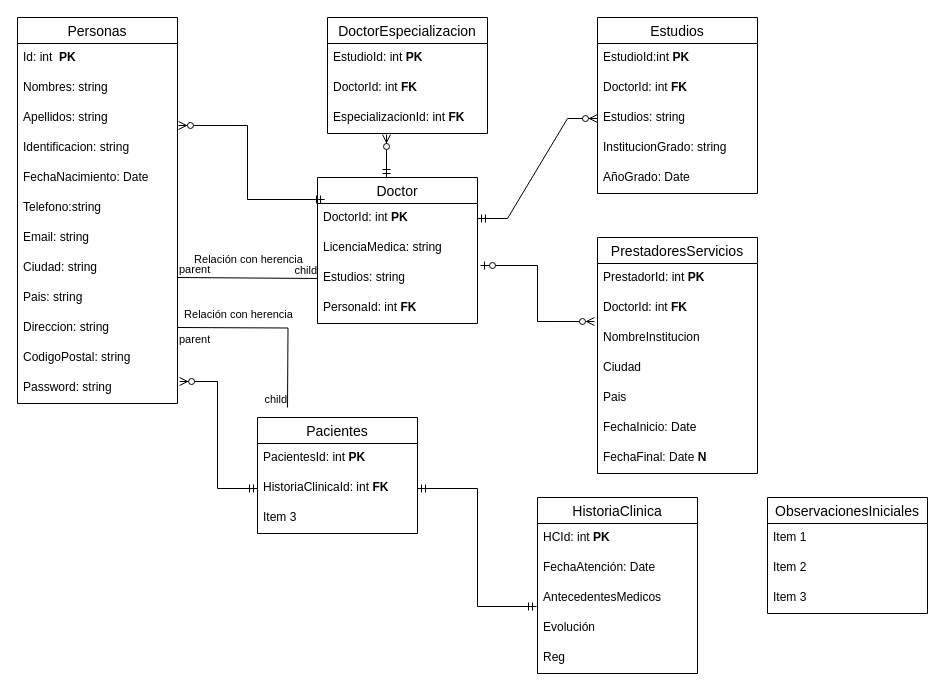
This is Diagrama SysClinic.drawio from DiegoBenjumeaDeveloper/Agendamiento, a draw.io file, before an edit. Source tidied: cells renumbered, new cells numbered last; positions are measured from the earlier drawing's top-left corner, leaving out a move shared by most shapes. Both pictures are drawn from the tidied source at 100%, with x=0, y=0 at pixel (17, 17).
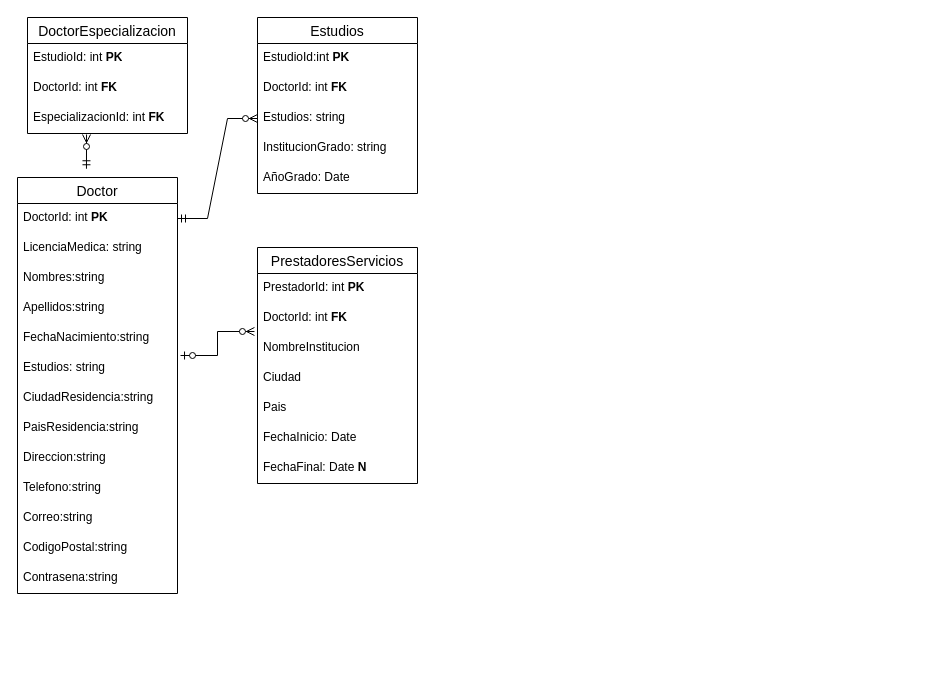
Above is the later version.

The change refers to these unchanged cells:
```xml
<mxCell id="20" value="DoctorId: int &lt;b&gt;PK&lt;/b&gt;" style="text;strokeColor=none;fillColor=none;spacingLeft=4;spacingRight=4;overflow=hidden;points=[[0,0.5],[1,0.5]];portConstraint=eastwest;fontSize=12;whiteSpace=wrap;html=1;" parent="19" vertex="1">
  <mxGeometry y="26" width="160" height="30" as="geometry" />
</mxCell>
<mxCell id="27" value="EspecializacionId: int &lt;b&gt;FK&lt;/b&gt;" style="text;strokeColor=none;fillColor=none;spacingLeft=4;spacingRight=4;overflow=hidden;points=[[0,0.5],[1,0.5]];portConstraint=eastwest;fontSize=12;whiteSpace=wrap;html=1;" parent="24" vertex="1">
  <mxGeometry y="86" width="160" height="30" as="geometry" />
</mxCell>
```

What changed in the source:
```diff
@@
-    <mxCell id="2" value="Personas" style="swimlane;fontStyle=0;horizontal=1;startSize=26;align=center;fontSize=14;" parent="1" vertex="1">
-      <mxGeometry width="160" height="386" as="geometry" />
-    </mxCell>
-    <mxCell id="3" value="Id: int&amp;nbsp;&lt;span style=&quot;white-space: pre;&quot;&gt; &lt;/span&gt;&lt;b&gt;PK&lt;/b&gt;" style="text;strokeColor=none;fillColor=none;spacingLeft=4;spacingRight=4;overflow=hidden;fontSize=12;whiteSpace=wrap;html=1;" parent="2" vertex="1">
-      <mxGeometry y="26" width="160" height="30" as="geometry" />
-    </mxCell>
-    <mxCell id="4" value="Nombres: string" style="text;strokeColor=none;fillColor=none;spacingLeft=4;spacingRight=4;overflow=hidden;fontSize=12;whiteSpace=wrap;html=1;" parent="2" vertex="1">
-      <mxGeometry y="56" width="160" height="30" as="geometry" />
-    </mxCell>
-    <mxCell id="5" value="Apellidos: string" style="text;strokeColor=none;fillColor=none;spacingLeft=4;spacingRight=4;overflow=hidden;points=[[0,0.5],[1,0.5]];portConstraint=eastwest;fontSize=12;whiteSpace=wrap;html=1;" parent="2" vertex="1">
-      <mxGeometry y="86" width="160" height="30" as="geometry" />
-    </mxCell>
-    <mxCell id="6" value="Identificacion: string" style="text;strokeColor=none;fillColor=none;spacingLeft=4;spacingRight=4;overflow=hidden;fontSize=12;whiteSpace=wrap;html=1;" parent="2" vertex="1">
-      <mxGeometry y="116" width="160" height="30" as="geometry" />
-    </mxCell>
-    <mxCell id="7" value="FechaNacimiento: Date" style="text;strokeColor=none;fillColor=none;spacingLeft=4;spacingRight=4;overflow=hidden;fontSize=12;whiteSpace=wrap;html=1;" parent="2" vertex="1">
-      <mxGeometry y="146" width="160" height="30" as="geometry" />
-    </mxCell>
-    <mxCell id="8" value="Telefono:string" style="text;strokeColor=none;fillColor=none;spacingLeft=4;spacingRight=4;overflow=hidden;fontSize=12;whiteSpace=wrap;html=1;" parent="2" vertex="1">
-      <mxGeometry y="176" width="160" height="30" as="geometry" />
-    </mxCell>
-    <mxCell id="9" value="Email: string" style="text;strokeColor=none;fillColor=none;spacingLeft=4;spacingRight=4;overflow=hidden;fontSize=12;whiteSpace=wrap;html=1;" parent="2" vertex="1">
-      <mxGeometry y="206" width="160" height="30" as="geometry" />
-    </mxCell>
-    <mxCell id="10" value="Ciudad: string" style="text;strokeColor=none;fillColor=none;spacingLeft=4;spacingRight=4;overflow=hidden;fontSize=12;whiteSpace=wrap;html=1;" parent="2" vertex="1">
-      <mxGeometry y="236" width="160" height="30" as="geometry" />
-    </mxCell>
-    <mxCell id="11" value="Pais: string" style="text;strokeColor=none;fillColor=none;spacingLeft=4;spacingRight=4;overflow=hidden;fontSize=12;whiteSpace=wrap;html=1;" parent="2" vertex="1">
-      <mxGeometry y="266" width="160" height="30" as="geometry" />
-    </mxCell>
-    <mxCell id="12" value="Direccion: string" style="text;strokeColor=none;fillColor=none;spacingLeft=4;spacingRight=4;overflow=hidden;fontSize=12;whiteSpace=wrap;html=1;" parent="2" vertex="1">
-      <mxGeometry y="296" width="160" height="30" as="geometry" />
-    </mxCell>
-    <mxCell id="13" value="CodigoPostal: string" style="text;strokeColor=none;fillColor=none;spacingLeft=4;spacingRight=4;overflow=hidden;fontSize=12;whiteSpace=wrap;html=1;" parent="2" vertex="1">
-      <mxGeometry y="326" width="160" height="30" as="geometry" />
-    </mxCell>
-    <mxCell id="14" value="Password: string" style="text;strokeColor=none;fillColor=none;spacingLeft=4;spacingRight=4;overflow=hidden;points=[[0,0.5],[1,0.5]];portConstraint=eastwest;fontSize=12;whiteSpace=wrap;html=1;" parent="2" vertex="1">
-      <mxGeometry y="356" width="160" height="30" as="geometry" />
-    </mxCell>
-    <mxCell id="15" value="Pacientes" style="swimlane;fontStyle=0;horizontal=1;startSize=26;align=center;fontSize=14;" parent="1" vertex="1">
-      <mxGeometry x="240" y="400" width="160" height="116" as="geometry" />
-    </mxCell>
-    <mxCell id="16" value="PacientesId: int &lt;b&gt;PK&lt;/b&gt;" style="text;strokeColor=none;fillColor=none;spacingLeft=4;spacingRight=4;overflow=hidden;fontSize=12;whiteSpace=wrap;html=1;" parent="15" vertex="1">
-      <mxGeometry y="26" width="160" height="30" as="geometry" />
-    </mxCell>
-    <mxCell id="17" value="HistoriaClinicaId: int &lt;b&gt;FK&lt;/b&gt;" style="text;strokeColor=none;fillColor=none;spacingLeft=4;spacingRight=4;overflow=hidden;points=[[0,0.5],[1,0.5]];portConstraint=eastwest;fontSize=12;whiteSpace=wrap;html=1;" parent="15" vertex="1">
-      <mxGeometry y="56" width="160" height="30" as="geometry" />
-    </mxCell>
-    <mxCell id="18" value="Item 3" style="text;strokeColor=none;fillColor=none;spacingLeft=4;spacingRight=4;overflow=hidden;fontSize=12;whiteSpace=wrap;html=1;" parent="15" vertex="1">
-      <mxGeometry y="86" width="160" height="30" as="geometry" />
-    </mxCell>
     <mxCell id="19" value="Doctor" style="swimlane;fontStyle=0;horizontal=1;startSize=26;align=center;fontSize=14;" parent="1" vertex="1">
-      <mxGeometry x="300" y="160" width="160" height="146" as="geometry" />
+      <mxGeometry y="160" width="160" height="416" as="geometry" />
     </mxCell>
@@
+    <mxCell id="66" value="Nombres:string" style="text;strokeColor=none;fillColor=none;spacingLeft=4;spacingRight=4;overflow=hidden;fontSize=12;whiteSpace=wrap;html=1;" parent="19" vertex="1">
+      <mxGeometry y="86" width="160" height="30" as="geometry" />
+    </mxCell>
+    <mxCell id="67" value="Apellidos:string" style="text;strokeColor=none;fillColor=none;spacingLeft=4;spacingRight=4;overflow=hidden;fontSize=12;whiteSpace=wrap;html=1;" parent="19" vertex="1">
+      <mxGeometry y="116" width="160" height="30" as="geometry" />
+    </mxCell>
+    <mxCell id="68" value="FechaNacimiento:string" style="text;strokeColor=none;fillColor=none;spacingLeft=4;spacingRight=4;overflow=hidden;fontSize=12;whiteSpace=wrap;html=1;" parent="19" vertex="1">
+      <mxGeometry y="146" width="160" height="30" as="geometry" />
+    </mxCell>
     <mxCell id="22" value="Estudios: string" style="text;strokeColor=none;fillColor=none;spacingLeft=4;spacingRight=4;overflow=hidden;points=[[0,0.5],[1,0.5]];portConstraint=eastwest;fontSize=12;whiteSpace=wrap;html=1;" parent="19" vertex="1">
-      <mxGeometry y="86" width="160" height="30" as="geometry" />
+      <mxGeometry y="176" width="160" height="30" as="geometry" />
     </mxCell>
-    <mxCell id="23" value="PersonaId: int &lt;b&gt;FK&lt;/b&gt;" style="text;strokeColor=none;fillColor=none;spacingLeft=4;spacingRight=4;overflow=hidden;fontSize=12;whiteSpace=wrap;html=1;" parent="19" vertex="1">
-      <mxGeometry y="116" width="160" height="30" as="geometry" />
-    </mxCell>
+    <mxCell id="69" value="CiudadResidencia:string" style="text;strokeColor=none;fillColor=none;spacingLeft=4;spacingRight=4;overflow=hidden;fontSize=12;whiteSpace=wrap;html=1;" parent="19" vertex="1">
+      <mxGeometry y="206" width="160" height="30" as="geometry" />
+    </mxCell>
+    <mxCell id="70" value="PaisResidencia:string" style="text;strokeColor=none;fillColor=none;spacingLeft=4;spacingRight=4;overflow=hidden;fontSize=12;whiteSpace=wrap;html=1;" parent="19" vertex="1">
+      <mxGeometry y="236" width="160" height="30" as="geometry" />
+    </mxCell>
+    <mxCell id="71" value="Direccion:string" style="text;strokeColor=none;fillColor=none;spacingLeft=4;spacingRight=4;overflow=hidden;fontSize=12;whiteSpace=wrap;html=1;" parent="19" vertex="1">
+      <mxGeometry y="266" width="160" height="30" as="geometry" />
+    </mxCell>
+    <mxCell id="8" value="Telefono:string" style="text;strokeColor=none;fillColor=none;spacingLeft=4;spacingRight=4;overflow=hidden;fontSize=12;whiteSpace=wrap;html=1;" parent="19" vertex="1">
+      <mxGeometry y="296" width="160" height="30" as="geometry" />
+    </mxCell>
+    <mxCell id="72" value="Correo:string" style="text;strokeColor=none;fillColor=none;spacingLeft=4;spacingRight=4;overflow=hidden;fontSize=12;whiteSpace=wrap;html=1;" parent="19" vertex="1">
+      <mxGeometry y="326" width="160" height="30" as="geometry" />
+    </mxCell>
+    <mxCell id="73" value="CodigoPostal:string" style="text;strokeColor=none;fillColor=none;spacingLeft=4;spacingRight=4;overflow=hidden;fontSize=12;whiteSpace=wrap;html=1;" parent="19" vertex="1">
+      <mxGeometry y="356" width="160" height="30" as="geometry" />
+    </mxCell>
+    <mxCell id="74" value="Contrasena:string" style="text;strokeColor=none;fillColor=none;spacingLeft=4;spacingRight=4;overflow=hidden;fontSize=12;whiteSpace=wrap;html=1;" parent="19" vertex="1">
+      <mxGeometry y="386" width="160" height="30" as="geometry" />
+    </mxCell>
     <mxCell id="24" value="DoctorEspecializacion" style="swimlane;fontStyle=0;horizontal=1;startSize=26;align=center;fontSize=14;" parent="1" vertex="1">
-      <mxGeometry x="310" width="160" height="116" as="geometry" />
+      <mxGeometry x="10" width="160" height="116" as="geometry" />
     </mxCell>
@@
     <mxCell id="28" value="Estudios" style="swimlane;fontStyle=0;horizontal=1;startSize=26;align=center;fontSize=14;" parent="1" vertex="1">
-      <mxGeometry x="580" width="160" height="176" as="geometry" />
+      <mxGeometry x="240" width="160" height="176" as="geometry" />
     </mxCell>
@@
-    <mxCell id="34" style="fontSize=12;html=1;endArrow=ERzeroToMany;startArrow=ERmandOne;rounded=0;entryX=1.006;entryY=0.733;entryDx=0;entryDy=0;entryPerimeter=0;exitX=0.044;exitY=-0.133;exitDx=0;exitDy=0;exitPerimeter=0;edgeStyle=orthogonalEdgeStyle;" parent="1" edge="1" source="20" target="5">
-      <mxGeometry relative="1" as="geometry" />
-    </mxCell>
-    <mxCell id="35" value="Relación con herencia" style="edgeLabel;html=1;align=center;verticalAlign=middle;" parent="34" vertex="1">
-      <mxGeometry x="-0.23" y="-2" relative="1" as="geometry">
-        <mxPoint x="-12" y="122" as="offset" />
-      </mxGeometry>
-    </mxCell>
-    <mxCell id="36" style="fontSize=12;html=1;endArrow=ERzeroToMany;startArrow=ERmandOne;rounded=0;entryX=0.369;entryY=1.033;entryDx=0;entryDy=0;entryPerimeter=0;" parent="1" edge="1" target="27">
-      <mxGeometry relative="1" as="geometry">
-        <mxPoint x="369" y="160" as="sourcePoint" />
-      </mxGeometry>
+    <mxCell id="36" style="fontSize=12;html=1;endArrow=ERzeroToMany;startArrow=ERmandOne;rounded=0;entryX=0.369;entryY=1.033;entryDx=0;entryDy=0;entryPerimeter=0;exitX=0.431;exitY=-0.021;exitDx=0;exitDy=0;exitPerimeter=0;" parent="1" edge="1" source="19" target="27">
+      <mxGeometry relative="1" as="geometry" />
     </mxCell>
@@
     <mxCell id="38" value="PrestadoresServicios" style="swimlane;fontStyle=0;horizontal=1;startSize=26;align=center;fontSize=14;" parent="1" vertex="1">
-      <mxGeometry x="580" y="220" width="160" height="236" as="geometry" />
+      <mxGeometry x="240" y="230" width="160" height="236" as="geometry" />
     </mxCell>
@@
-    <mxCell id="47" style="endArrow=none;html=1;edgeStyle=orthogonalEdgeStyle;rounded=0;" parent="1" edge="1">
-      <mxGeometry relative="1" as="geometry">
-        <mxPoint x="160" y="310" as="sourcePoint" />
-        <mxPoint x="270" y="390" as="targetPoint" />
-      </mxGeometry>
-    </mxCell>
-    <mxCell id="48" value="parent" style="edgeLabel;html=1;align=left;verticalAlign=bottom;" parent="47" vertex="1">
-      <mxGeometry x="-1" relative="1" as="geometry">
-        <mxPoint y="20" as="offset" />
-      </mxGeometry>
-    </mxCell>
-    <mxCell id="49" value="child" style="edgeLabel;html=1;align=right;verticalAlign=bottom;" parent="47" vertex="1">
-      <mxGeometry x="1" relative="1" as="geometry" />
-    </mxCell>
-    <mxCell id="50" style="endArrow=none;html=1;edgeStyle=orthogonalEdgeStyle;rounded=0;entryX=0;entryY=0.5;entryDx=0;entryDy=0;" parent="1" edge="1" target="22">
-      <mxGeometry relative="1" as="geometry">
-        <mxPoint x="160" y="260" as="sourcePoint" />
-      </mxGeometry>
-    </mxCell>
-    <mxCell id="51" value="parent" style="edgeLabel;html=1;align=left;verticalAlign=bottom;" parent="50" vertex="1">
-      <mxGeometry x="-1" relative="1" as="geometry" />
-    </mxCell>
-    <mxCell id="52" value="child" style="edgeLabel;html=1;align=right;verticalAlign=bottom;" parent="50" vertex="1">
-      <mxGeometry x="1" relative="1" as="geometry" />
-    </mxCell>
-    <mxCell id="53" value="Relación con herencia" style="edgeLabel;html=1;align=center;verticalAlign=middle;" parent="1" vertex="1">
-      <mxGeometry x="230" y="241" as="geometry" />
-    </mxCell>
-    <mxCell id="54" value="HistoriaClinica" style="swimlane;fontStyle=0;horizontal=1;startSize=26;align=center;fontSize=14;" parent="1" vertex="1">
-      <mxGeometry x="520" y="480" width="160" height="176" as="geometry" />
-    </mxCell>
-    <mxCell id="55" value="HCId: int &lt;b&gt;PK&lt;/b&gt;" style="text;strokeColor=none;fillColor=none;spacingLeft=4;spacingRight=4;overflow=hidden;fontSize=12;whiteSpace=wrap;html=1;" parent="54" vertex="1">
-      <mxGeometry y="26" width="160" height="30" as="geometry" />
-    </mxCell>
-    <mxCell id="56" value="FechaAtención: Date" style="text;strokeColor=none;fillColor=none;spacingLeft=4;spacingRight=4;overflow=hidden;fontSize=12;whiteSpace=wrap;html=1;" parent="54" vertex="1">
-      <mxGeometry y="56" width="160" height="30" as="geometry" />
-    </mxCell>
-    <mxCell id="57" value="AntecedentesMedicos" style="text;strokeColor=none;fillColor=none;spacingLeft=4;spacingRight=4;overflow=hidden;points=[[0,0.5],[1,0.5]];portConstraint=eastwest;fontSize=12;whiteSpace=wrap;html=1;" parent="54" vertex="1">
-      <mxGeometry y="86" width="160" height="30" as="geometry" />
-    </mxCell>
-    <mxCell id="58" value="Evolución" style="text;strokeColor=none;fillColor=none;spacingLeft=4;spacingRight=4;overflow=hidden;fontSize=12;whiteSpace=wrap;html=1;" parent="54" vertex="1">
-      <mxGeometry y="116" width="160" height="30" as="geometry" />
-    </mxCell>
-    <mxCell id="59" value="Reg&lt;br&gt;" style="text;strokeColor=none;fillColor=none;spacingLeft=4;spacingRight=4;overflow=hidden;fontSize=12;whiteSpace=wrap;html=1;" parent="54" vertex="1">
-      <mxGeometry y="146" width="160" height="30" as="geometry" />
-    </mxCell>
-    <mxCell id="60" style="fontSize=12;html=1;endArrow=ERzeroToMany;startArrow=ERmandOne;rounded=0;entryX=1.013;entryY=0.267;entryDx=0;entryDy=0;entryPerimeter=0;exitX=0;exitY=0.5;exitDx=0;exitDy=0;edgeStyle=orthogonalEdgeStyle;" parent="1" edge="1" source="17" target="14">
-      <mxGeometry relative="1" as="geometry" />
-    </mxCell>
-    <mxCell id="61" style="fontSize=12;html=1;endArrow=ERmandOne;startArrow=ERmandOne;rounded=0;entryX=1;entryY=0.5;entryDx=0;entryDy=0;exitX=-0.006;exitY=0.767;exitDx=0;exitDy=0;exitPerimeter=0;edgeStyle=orthogonalEdgeStyle;" parent="1" edge="1" source="57" target="17">
-      <mxGeometry relative="1" as="geometry" />
-    </mxCell>
-    <mxCell id="62" value="ObservacionesIniciales" style="swimlane;fontStyle=0;horizontal=1;startSize=26;align=center;fontSize=14;" parent="1" vertex="1">
-      <mxGeometry x="750" y="480" width="160" height="116" as="geometry" />
-    </mxCell>
-    <mxCell id="63" value="Item 1" style="text;strokeColor=none;fillColor=none;spacingLeft=4;spacingRight=4;overflow=hidden;fontSize=12;whiteSpace=wrap;html=1;" parent="62" vertex="1">
-      <mxGeometry y="26" width="160" height="30" as="geometry" />
-    </mxCell>
-    <mxCell id="64" value="Item 2" style="text;strokeColor=none;fillColor=none;spacingLeft=4;spacingRight=4;overflow=hidden;fontSize=12;whiteSpace=wrap;html=1;" parent="62" vertex="1">
-      <mxGeometry y="56" width="160" height="30" as="geometry" />
-    </mxCell>
-    <mxCell id="65" value="Item 3" style="text;strokeColor=none;fillColor=none;spacingLeft=4;spacingRight=4;overflow=hidden;fontSize=12;whiteSpace=wrap;html=1;" parent="62" vertex="1">
-      <mxGeometry y="86" width="160" height="30" as="geometry" />
-    </mxCell>
```
